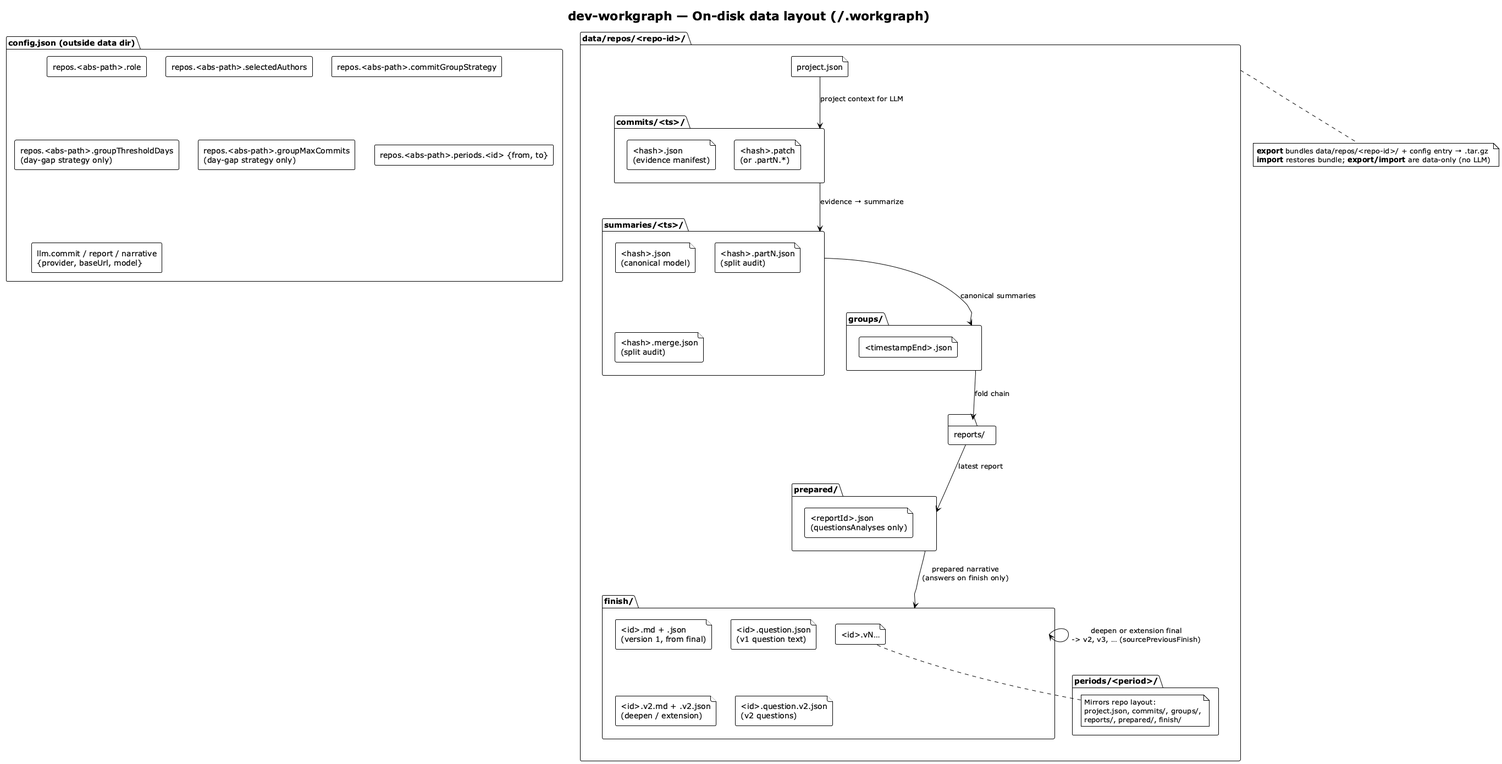
vzakharchenko/dev-workgraph keeps this PlantUML diagram as img/dev-workgraph-data-layout.png. Above is the earlier version.
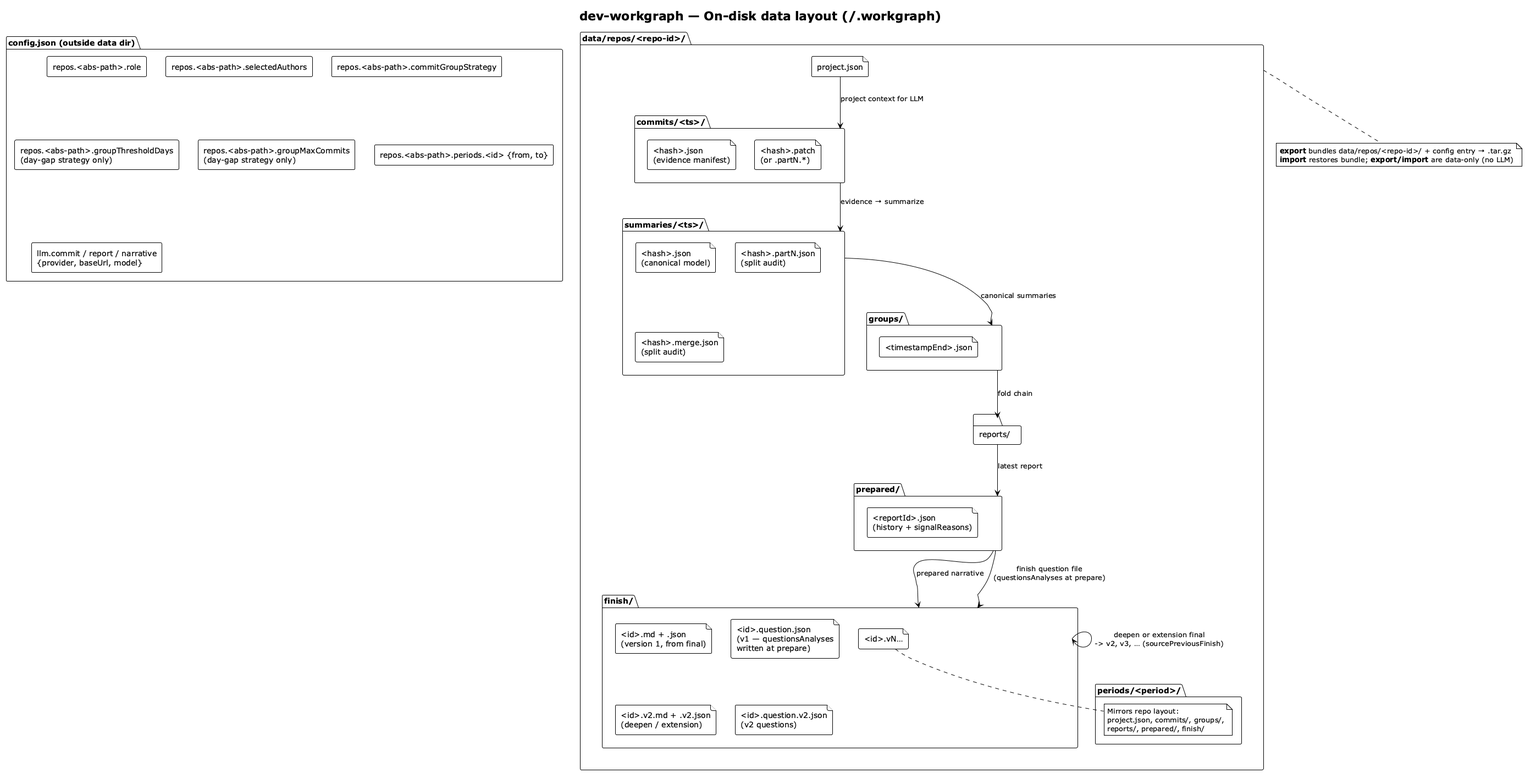
Above is the later version.

Diff of the diagram source:
```diff
@@ -33,11 +33,11 @@
     file "<timestampEnd>.json"
   }
   folder "prepared/" as PREP {
-    file "<reportId>.json\n(questionsAnalyses only)"
+    file "<reportId>.json\n(history + signalReasons)"
   }
   folder "finish/" as FIN {
     file "<id>.md + .json\n(version 1, from final)"
-    file "<id>.question.json\n(v1 question text)"
+    file "<id>.question.json\n(v1 — questionsAnalyses\nwritten at prepare)"
     file "<id>.v2.md + .v2.json\n(deepen / extension)"
     file "<id>.question.v2.json\n(v2 questions)"
     file "<id>.vN…"
@@ -56,7 +56,8 @@
 SUMM --> GRP : canonical summaries
 GRP --> RPT : fold chain
 RPT --> PREP : latest report
-PREP --> FIN : prepared narrative\n(answers on finish only)
+PREP --> FIN : prepared narrative
+PREP --> FIN : finish question file\n(questionsAnalyses at prepare)
 FIN --> FIN : deepen or extension final\n-> v2, v3, … (sourcePreviousFinish)
 
 note bottom of REPO
```
